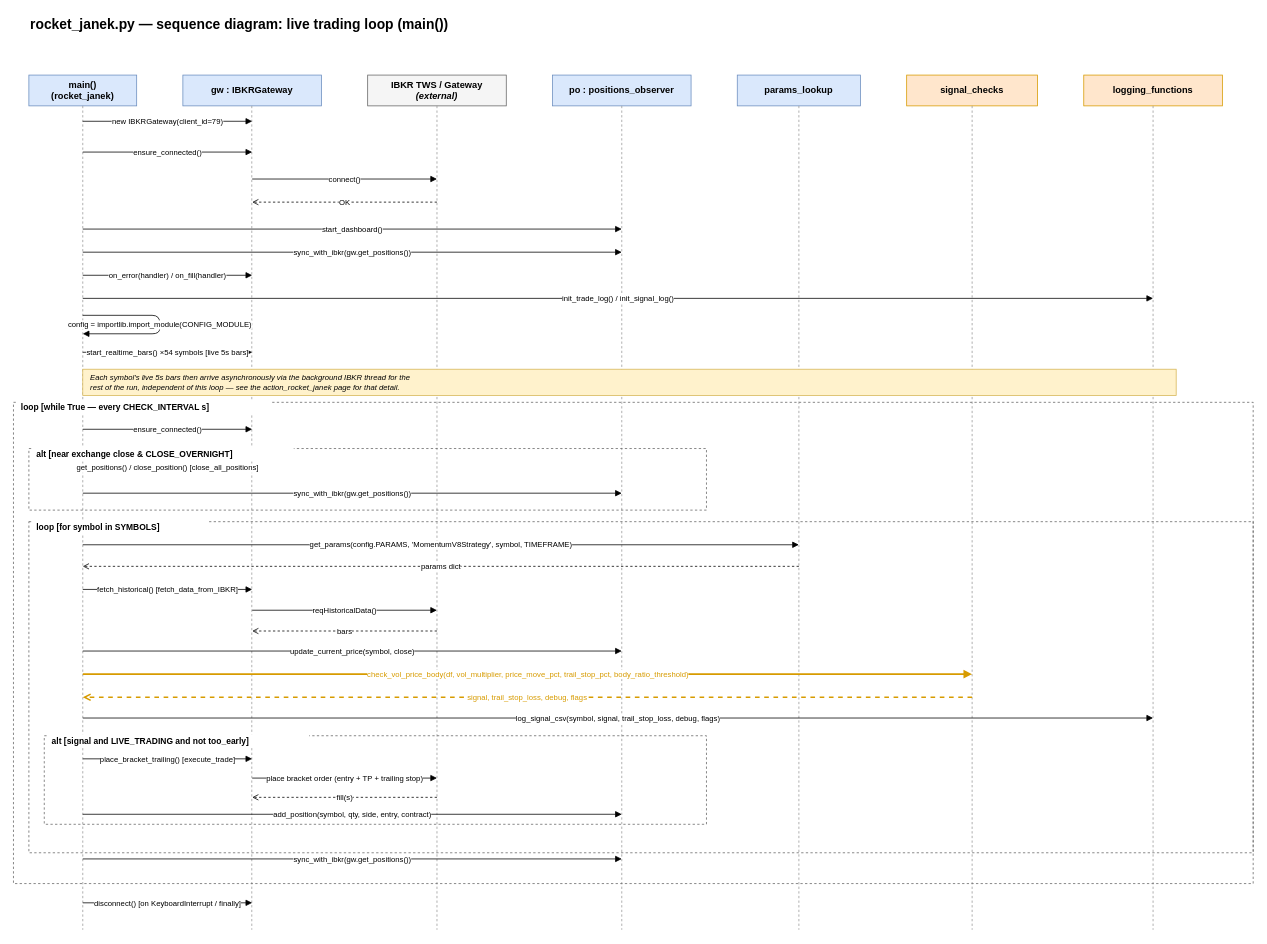
This is page "sequence_rocket_janek" (2 of 7) of system.drawio from artgme/r7trader, a draw.io file, before an edit. Source tidied: cells renumbered, new cells numbered last; positions are measured from the earlier drawing's top-left corner, leaving out a move shared by most shapes. Both pictures are drawn from the tidied source at 77%, with x=0, y=0 at pixel (13, 13).
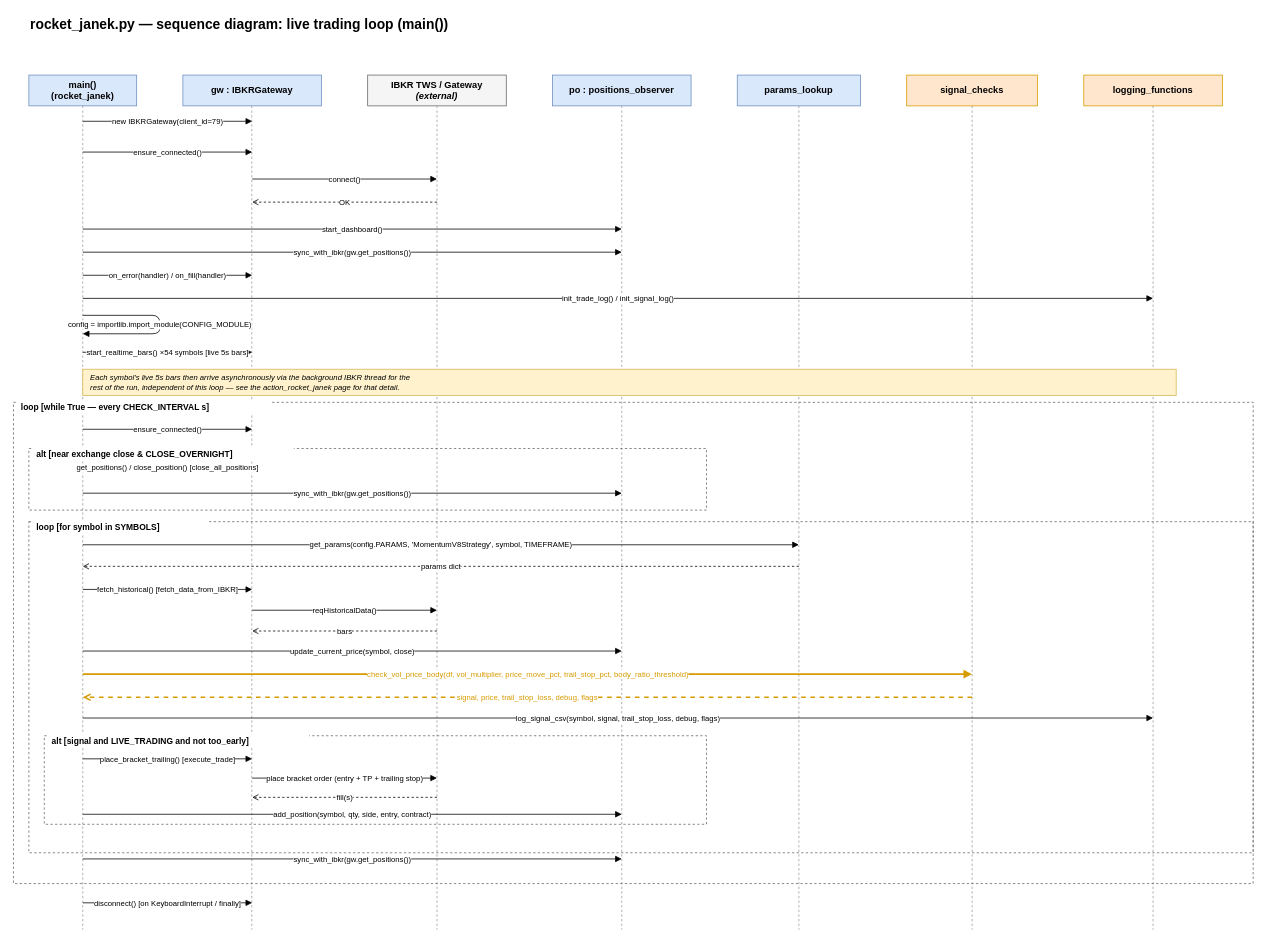
Above is the later version.

Diff of the diagram source:
```diff
@@
-    <mxCell id="46" value="signal, trail_stop_loss, debug, flags" style="html=1;endArrow=open;endFill=0;dashed=1;fontSize=10;labelBackgroundColor=#ffffff;strokeColor=#d79b00;fontColor=#d79b00;strokeWidth=2;" parent="1" edge="1">
+    <mxCell id="46" value="signal, price, trail_stop_loss, debug, flags" style="html=1;endArrow=open;endFill=0;dashed=1;fontSize=10;labelBackgroundColor=#ffffff;strokeColor=#d79b00;fontColor=#d79b00;strokeWidth=2;" parent="1" edge="1">
       <mxGeometry relative="1" as="geometry">
         <mxPoint x="1245" y="888" as="sourcePoint" />
         <mxPoint x="90" y="888" as="targetPoint" />
       </mxGeometry>
     </mxCell>
```
